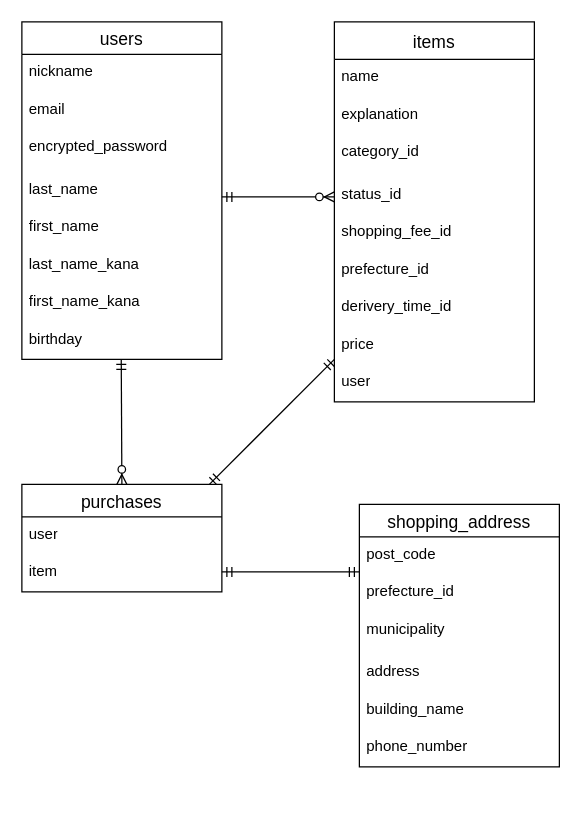
Above: furima.dio in elegant-track/furima-41922 (draw.io), before the change. Source tidied: cells renumbered, new cells numbered last; positions are measured from the earlier drawing's top-left corner, leaving out a move shared by most shapes. Both pictures are drawn from the tidied source at 125%, with x=0, y=0 at pixel (21, 21).
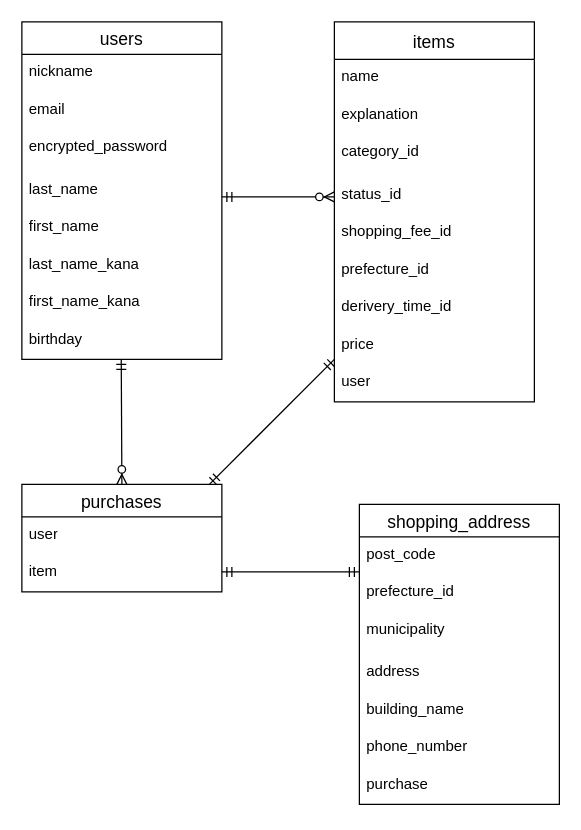
The same page after the edit.

The edit, as a diff of the source:
```diff
@@
     <mxCell id="24" value="shopping_address" style="swimlane;fontStyle=0;horizontal=1;startSize=26;align=center;fontSize=14;" parent="1" vertex="1">
-      <mxGeometry x="270" y="386" width="160" height="210" as="geometry" />
+      <mxGeometry x="270" y="386" width="160" height="240" as="geometry" />
     </mxCell>
@@
+    <mxCell id="35" value="purchase" style="text;strokeColor=none;fillColor=none;spacingLeft=4;spacingRight=4;overflow=hidden;fontSize=12;whiteSpace=wrap;html=1;" parent="24" vertex="1">
+      <mxGeometry y="210" width="160" height="30" as="geometry" />
+    </mxCell>
```
